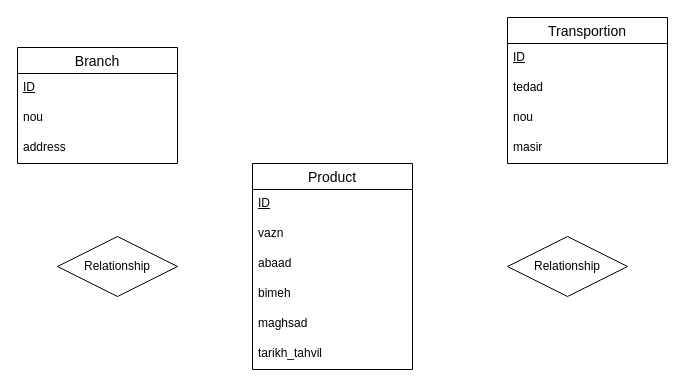
Above: page "Q5" (1 of 2) of Untitled Diagram.drawio in mhtcode/Draw.io (draw.io), before the change. Source tidied: cells renumbered, new cells numbered last; positions are measured from the earlier drawing's top-left corner, leaving out a move shared by most shapes. Both pictures are drawn from the tidied source at 100%, with x=0, y=0 at pixel (17, 17).
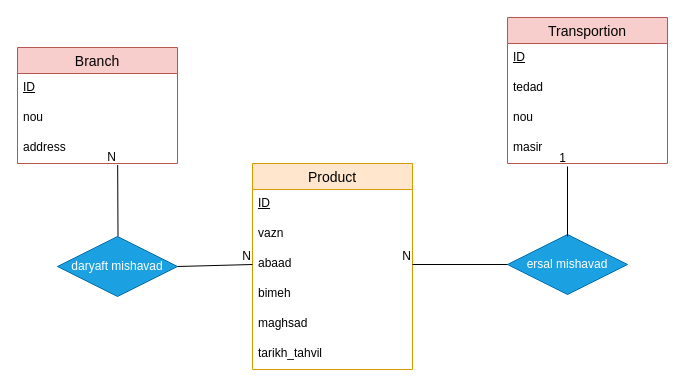
After the change.

The change refers to these unchanged cells:
```xml
<mxCell id="5" value="abaad" style="text;strokeColor=none;fillColor=none;spacingLeft=4;spacingRight=4;overflow=hidden;points=[[0,0.5],[1,0.5]];portConstraint=eastwest;fontSize=12;whiteSpace=wrap;html=1;" parent="2" vertex="1">
  <mxGeometry y="86" width="160" height="30" as="geometry" />
</mxCell>
<mxCell id="12" value="address" style="text;strokeColor=none;fillColor=none;spacingLeft=4;spacingRight=4;overflow=hidden;points=[[0,0.5],[1,0.5]];portConstraint=eastwest;fontSize=12;whiteSpace=wrap;html=1;" parent="9" vertex="1">
  <mxGeometry y="86" width="160" height="30" as="geometry" />
</mxCell>
<mxCell id="17" value="masir" style="text;strokeColor=none;fillColor=none;spacingLeft=4;spacingRight=4;overflow=hidden;points=[[0,0.5],[1,0.5]];portConstraint=eastwest;fontSize=12;whiteSpace=wrap;html=1;" parent="13" vertex="1">
  <mxGeometry y="116" width="160" height="30" as="geometry" />
</mxCell>
```

The edit, as a diff of the source:
```diff
@@
-    <mxCell id="2" value="Product" style="swimlane;fontStyle=0;horizontal=1;startSize=26;align=center;fontSize=14;" parent="1" vertex="1">
+    <mxCell id="2" value="Product" style="swimlane;fontStyle=0;horizontal=1;startSize=26;align=center;fontSize=14;fillColor=#ffe6cc;strokeColor=#d79b00;" parent="1" vertex="1">
       <mxGeometry x="235" y="146" width="160" height="206" as="geometry" />
     </mxCell>
@@
-    <mxCell id="9" value="Branch" style="swimlane;fontStyle=0;horizontal=1;startSize=26;align=center;fontSize=14;" parent="1" vertex="1">
+    <mxCell id="9" value="Branch" style="swimlane;fontStyle=0;horizontal=1;startSize=26;align=center;fontSize=14;fillColor=#f8cecc;strokeColor=#b85450;" parent="1" vertex="1">
       <mxGeometry y="30" width="160" height="116" as="geometry" />
     </mxCell>
@@
-    <mxCell id="13" value="Transportion" style="swimlane;fontStyle=0;horizontal=1;startSize=26;align=center;fontSize=14;" parent="1" vertex="1">
+    <mxCell id="13" value="Transportion" style="swimlane;fontStyle=0;horizontal=1;startSize=26;align=center;fontSize=14;fillColor=#f8cecc;strokeColor=#b85450;" parent="1" vertex="1">
       <mxGeometry x="490" width="160" height="146" as="geometry" />
     </mxCell>
@@
-    <mxCell id="18" value="Relationship" style="shape=rhombus;perimeter=rhombusPerimeter;whiteSpace=wrap;html=1;align=center;" parent="1" vertex="1">
+    <mxCell id="18" value="daryaft mishavad" style="shape=rhombus;perimeter=rhombusPerimeter;whiteSpace=wrap;html=1;align=center;fillColor=#1ba1e2;fontColor=#ffffff;strokeColor=#006EAF;" parent="1" vertex="1">
       <mxGeometry x="40" y="219" width="120" height="60" as="geometry" />
     </mxCell>
-    <mxCell id="19" value="Relationship" style="shape=rhombus;perimeter=rhombusPerimeter;whiteSpace=wrap;html=1;align=center;" parent="1" vertex="1">
-      <mxGeometry x="490" y="219" width="120" height="60" as="geometry" />
+    <mxCell id="19" value="ersal mishavad" style="shape=rhombus;perimeter=rhombusPerimeter;whiteSpace=wrap;html=1;align=center;fillColor=#1ba1e2;fontColor=#ffffff;strokeColor=#006EAF;" parent="1" vertex="1">
+      <mxGeometry x="490" y="217" width="120" height="60" as="geometry" />
     </mxCell>
+    <mxCell id="20" style="endArrow=none;html=1;rounded=0;exitX=1;exitY=0.5;exitDx=0;exitDy=0;entryX=0;entryY=0.5;entryDx=0;entryDy=0;" parent="1" edge="1" source="18" target="5">
+      <mxGeometry relative="1" as="geometry" />
+    </mxCell>
+    <mxCell id="21" value="N" style="html=1;whiteSpace=wrap;align=right;verticalAlign=bottom;" parent="20" vertex="1">
+      <mxGeometry x="1" relative="1" as="geometry" />
+    </mxCell>
+    <mxCell id="22" style="endArrow=none;html=1;rounded=0;entryX=0.626;entryY=1.051;entryDx=0;entryDy=0;entryPerimeter=0;exitX=0;exitY=0.5;exitDx=0;exitDy=0;" parent="1" edge="1" target="12">
+      <mxGeometry relative="1" as="geometry">
+        <mxPoint x="100.5" y="219" as="sourcePoint" />
+      </mxGeometry>
+    </mxCell>
+    <mxCell id="23" value="N" style="html=1;whiteSpace=wrap;align=right;verticalAlign=bottom;" parent="22" vertex="1">
+      <mxGeometry x="1" relative="1" as="geometry" />
+    </mxCell>
+    <mxCell id="24" style="endArrow=none;html=1;rounded=0;entryX=1;entryY=0.5;entryDx=0;entryDy=0;exitX=0;exitY=0.5;exitDx=0;exitDy=0;" parent="1" edge="1" source="19" target="5">
+      <mxGeometry relative="1" as="geometry" />
+    </mxCell>
+    <mxCell id="25" value="N" style="html=1;whiteSpace=wrap;align=right;verticalAlign=bottom;" parent="24" vertex="1">
+      <mxGeometry x="1" relative="1" as="geometry" />
+    </mxCell>
+    <mxCell id="26" style="endArrow=none;html=1;rounded=0;entryX=0.375;entryY=1.1;entryDx=0;entryDy=0;entryPerimeter=0;" parent="1" edge="1" target="17">
+      <mxGeometry relative="1" as="geometry">
+        <mxPoint x="550" y="219" as="sourcePoint" />
+      </mxGeometry>
+    </mxCell>
+    <mxCell id="27" value="1" style="html=1;whiteSpace=wrap;align=right;verticalAlign=bottom;" parent="26" vertex="1">
+      <mxGeometry x="1" relative="1" as="geometry" />
+    </mxCell>
```
